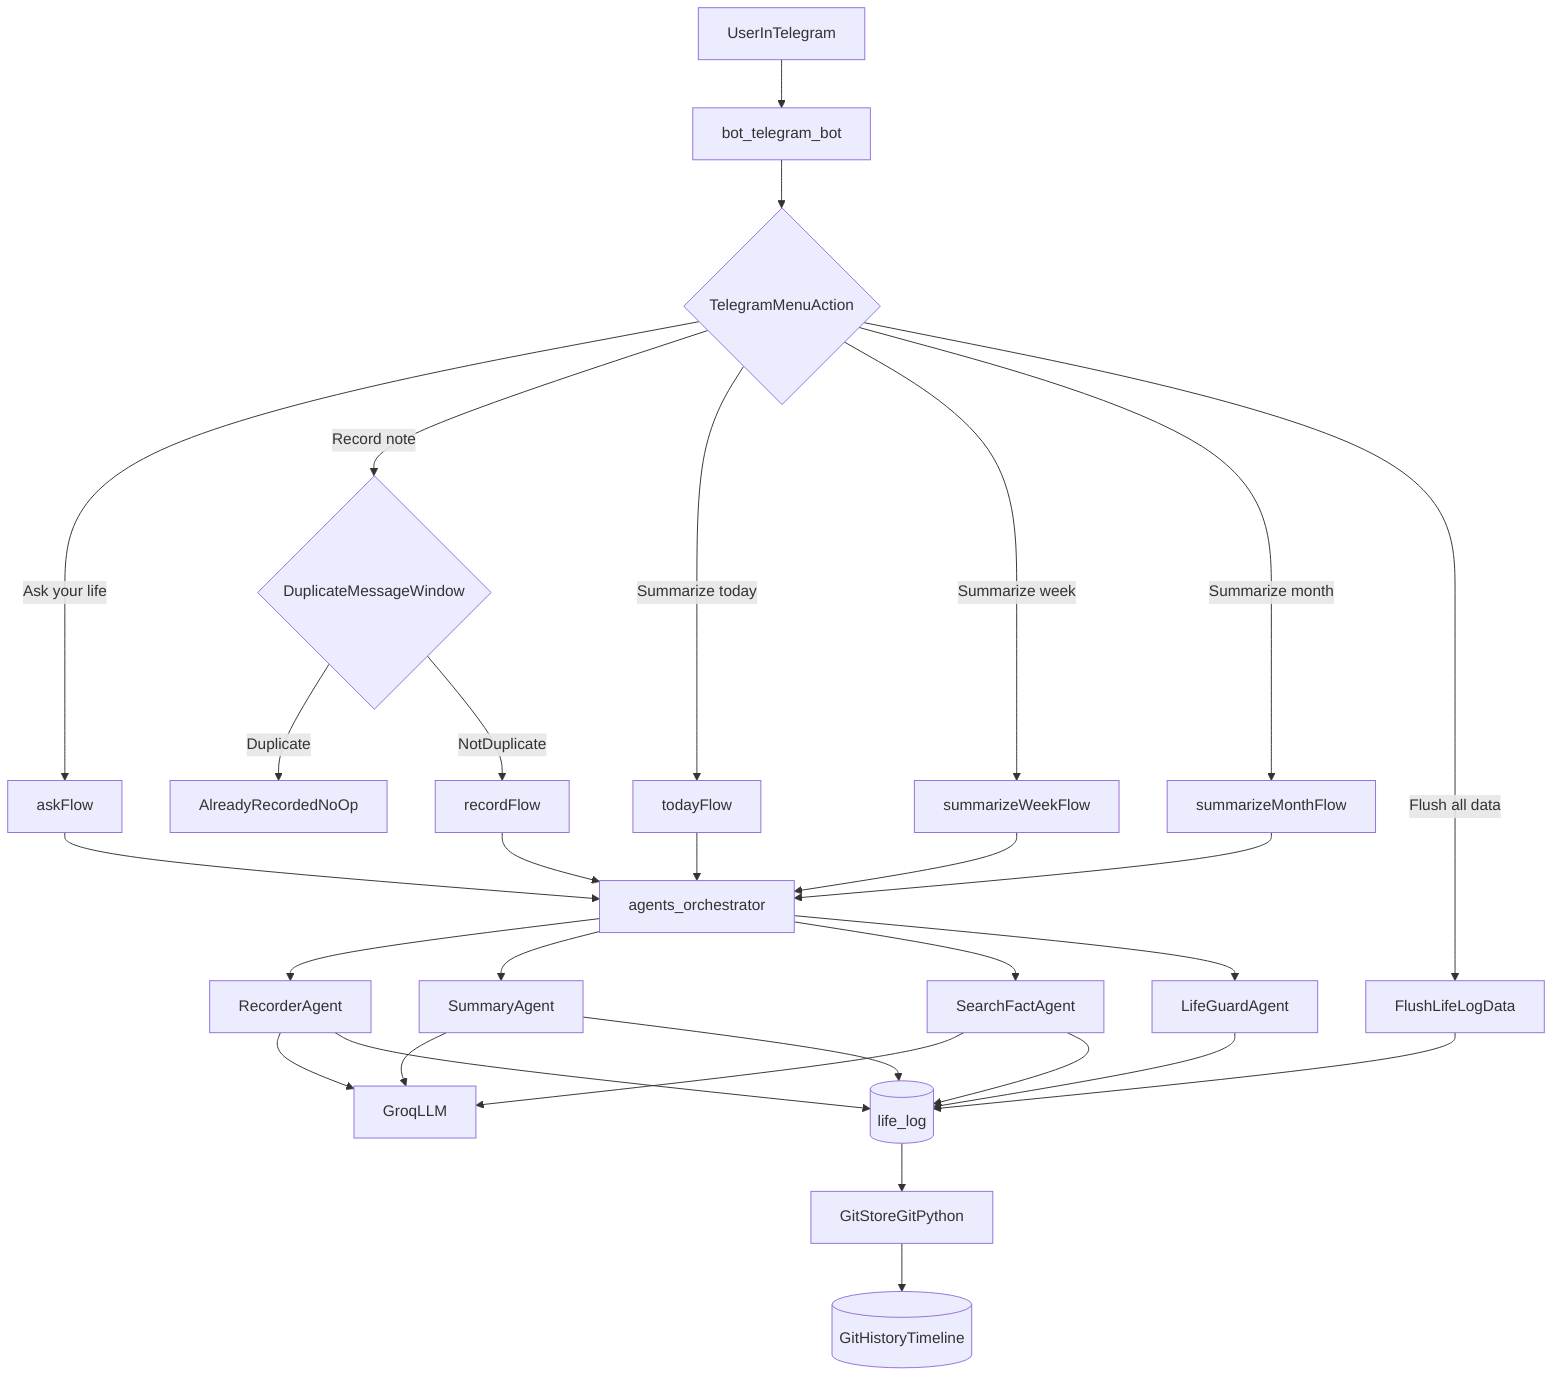
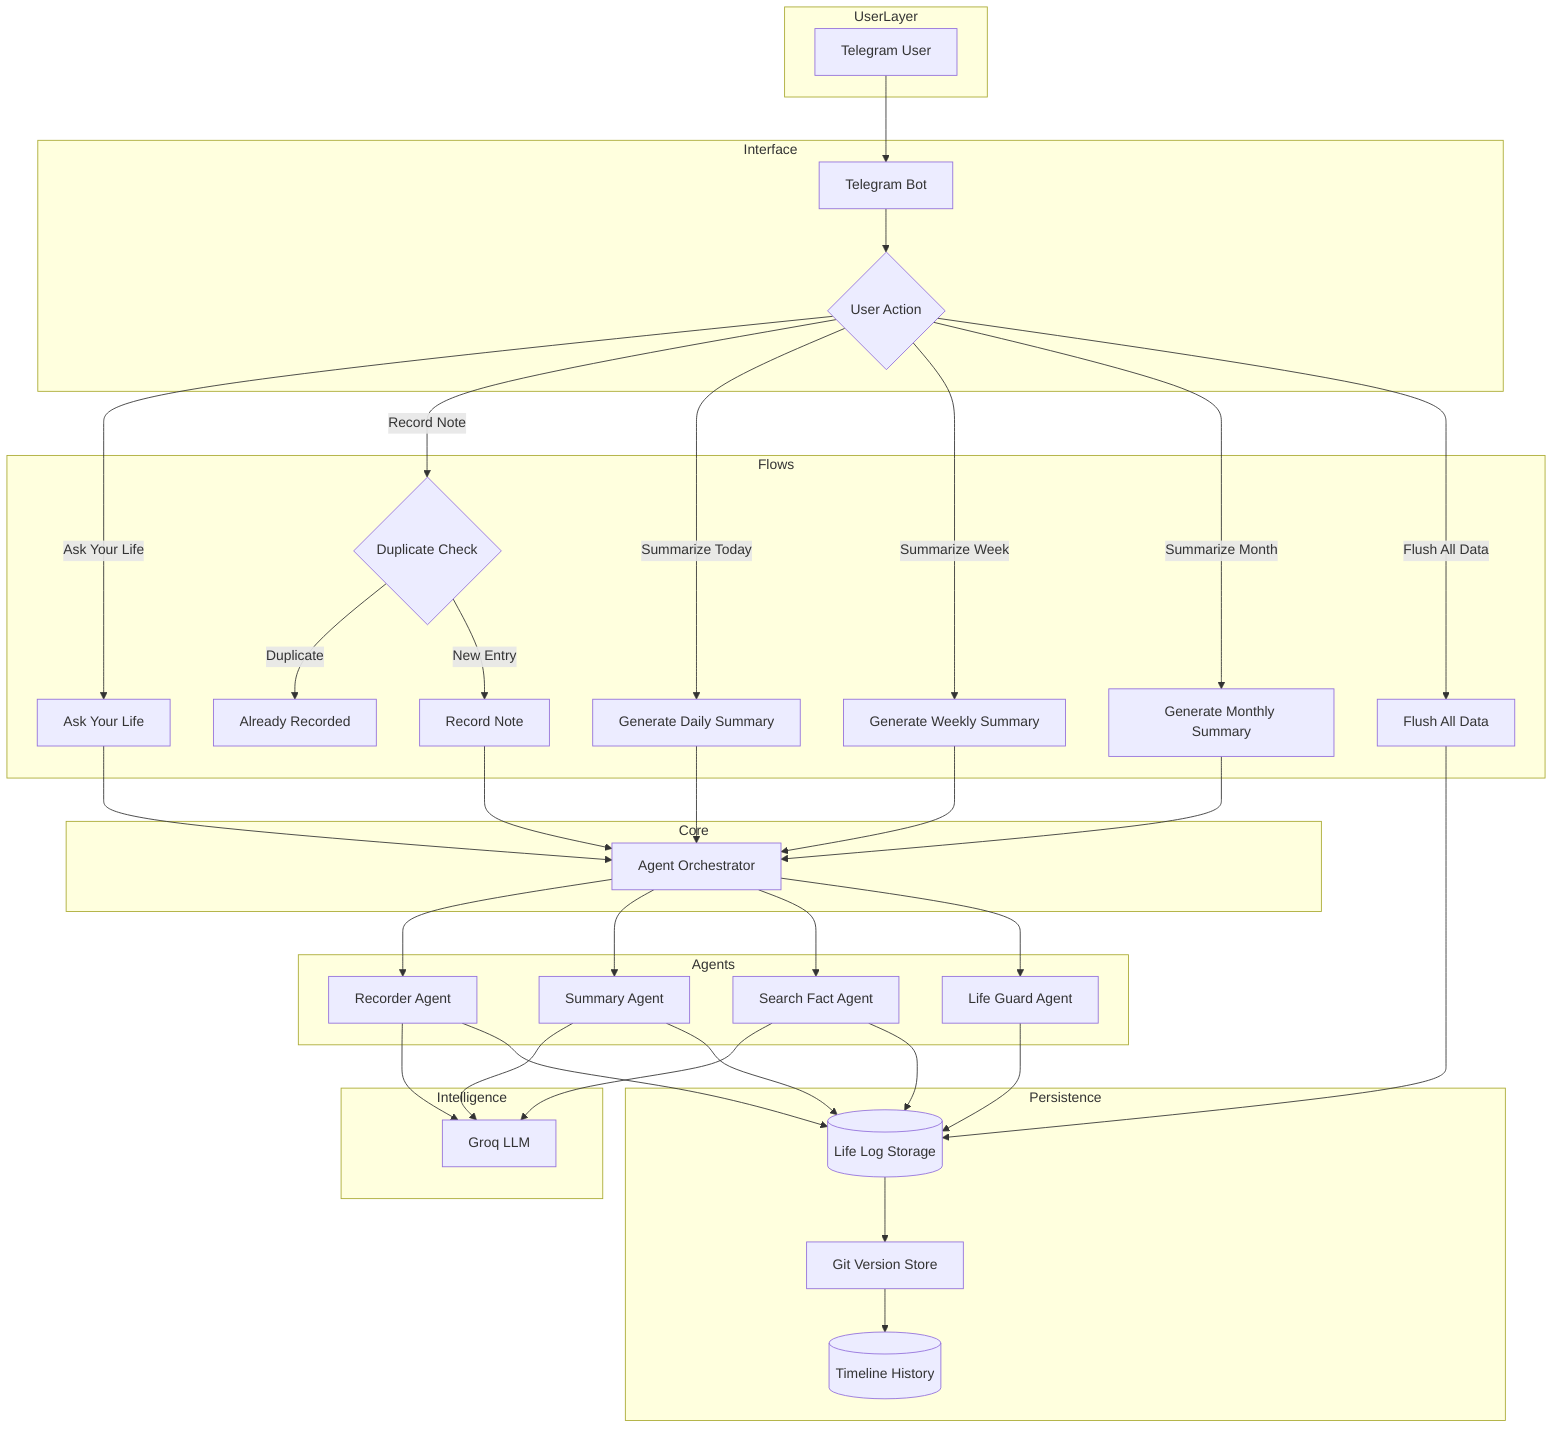
- flowchart TD
-   tgUser[UserInTelegram] --> tg[bot_telegram_bot]
-   tg --> tgNav{TelegramMenuAction}
-   tgNav -->|Ask your life| askFlow
-   tgNav -->|Record note| dedupe{DuplicateMessageWindow}
-   dedupe -->|Duplicate| dedupeReturn[AlreadyRecordedNoOp]
-   dedupe -->|NotDuplicate| recordFlow
-   tgNav -->|Summarize today| todayFlow
-   tgNav -->|Summarize week| summarizeWeekFlow
-   tgNav -->|Summarize month| summarizeMonthFlow
-   tgNav -->|Flush all data| flushFlow[FlushLifeLogData]
+ flowchart TB

-   flushFlow --> storage
+   %% =========================
+   %% USER LAYER
+   %% =========================
+   subgraph UserLayer
+     tgUser[Telegram User]
+   end

-   askFlow --> orchestrator[agents_orchestrator]
+   %% =========================
+   %% INTERFACE LAYER
+   %% =========================
+   subgraph Interface
+     tg[Telegram Bot]
+     tgNav{User Action}
+   end
+ 
+   tgUser --> tg
+   tg --> tgNav
+ 
+   %% =========================
+   %% APPLICATION FLOWS
+   %% =========================
+   subgraph Flows
+     askFlow[Ask Your Life]
+ 
+     dedupe{Duplicate Check}
+     dedupeReturn[Already Recorded]
+     recordFlow[Record Note]
+ 
+     todayFlow[Generate Daily Summary]
+     summarizeWeekFlow[Generate Weekly Summary]
+     summarizeMonthFlow[Generate Monthly Summary]
+ 
+     flushFlow[Flush All Data]
+   end
+ 
+   tgNav -->|Ask Your Life| askFlow
+ 
+   tgNav -->|Record Note| dedupe
+   dedupe -->|Duplicate| dedupeReturn
+   dedupe -->|New Entry| recordFlow
+ 
+   tgNav -->|Summarize Today| todayFlow
+   tgNav -->|Summarize Week| summarizeWeekFlow
+   tgNav -->|Summarize Month| summarizeMonthFlow
+ 
+   tgNav -->|Flush All Data| flushFlow
+ 
+   %% =========================
+   %% ORCHESTRATION LAYER
+   %% =========================
+   subgraph Core
+     orchestrator[Agent Orchestrator]
+   end
+ 
+   askFlow --> orchestrator
  recordFlow --> orchestrator
  todayFlow --> orchestrator
  summarizeWeekFlow --> orchestrator
  summarizeMonthFlow --> orchestrator

-   orchestrator --> recorder[RecorderAgent]
-   orchestrator --> summary[SummaryAgent]
-   orchestrator --> search[SearchFactAgent]
-   orchestrator --> lifeguard[LifeGuardAgent]
+   %% =========================
+   %% AGENT LAYER
+   %% =========================
+   subgraph Agents
+     recorder[Recorder Agent]
+     summary[Summary Agent]
+     search[Search Fact Agent]
+     lifeguard[Life Guard Agent]
+   end

-   recorder --> groq[GroqLLM]
+   orchestrator --> recorder
+   orchestrator --> summary
+   orchestrator --> search
+   orchestrator --> lifeguard
+ 
+   %% =========================
+   %% LLM LAYER
+   %% =========================
+   subgraph Intelligence
+     groq[Groq LLM]
+   end
+ 
+   recorder --> groq
  summary --> groq
  search --> groq

-   recorder --> storage[(life_log)]
+   %% =========================
+   %% PERSISTENCE LAYER
+   %% =========================
+   subgraph Persistence
+     storage[(Life Log Storage)]
+     git[Git Version Store]
+     history[(Timeline History)]
+   end
+ 
+   flushFlow --> storage
+ 
+   recorder --> storage
  summary --> storage
  search --> storage
  lifeguard --> storage

-   storage --> git[GitStoreGitPython]
-   git --> history[(GitHistoryTimeline)]
+   storage --> git
+   git --> history